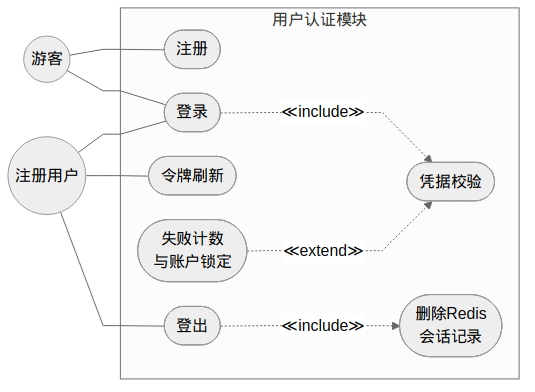
Above: docs/diagrams/fig3-2-auth-usecase.png in Wkjlovec/graduation_project_zhuang (Mermaid), before the change. Its source is kept beside it as docs/diagrams/fig3-2-auth-usecase.mmd.
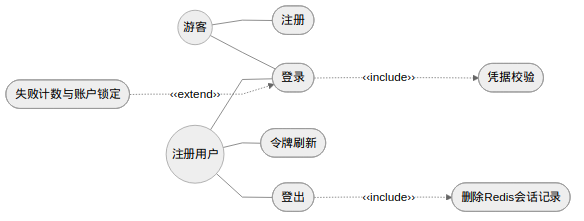
The same file after the commit.

The edit, as a diff of the source:
```diff
@@ -1,24 +1,10 @@
-%%{init: {'theme': 'neutral', 'flowchart': {'curve': 'linear', 'rankSpacing': 35, 'nodeSpacing': 25}}}%%
+%%{init: {'theme': 'neutral', 'flowchart': {'curve': 'linear', 'rankSpacing': 50, 'nodeSpacing': 35}}}%%
 graph LR
-    Guest((游客))
-    User((注册用户))
-
-    subgraph 用户认证模块
-        direction TB
-        UC1([注册])
-        UC2([登录])
-        UC3([令牌刷新])
-        UC4([登出])
-        UC5([凭据校验])
-        UC6([失败计数\n与账户锁定])
-        UC7([删除Redis\n会话记录])
-    end
-
-    Guest --- UC1
-    Guest --- UC2
-    User --- UC2
-    User --- UC3
-    User --- UC4
-    UC2 -..->|"≪include≫"| UC5
-    UC6 -..->|"≪extend≫"| UC5
-    UC4 -..->|"≪include≫"| UC7
+    Guest((游客)) --- UC1([注册])
+    Guest --- UC2([登录])
+    User((注册用户)) --- UC2
+    User --- UC3([令牌刷新])
+    User --- UC4([登出])
+    UC2 -..->|"‹‹include››"| UC5([凭据校验])
+    UC6([失败计数与账户锁定]) -..->|"‹‹extend››"| UC2
+    UC4 -..->|"‹‹include››"| UC7([删除Redis会话记录])
```
